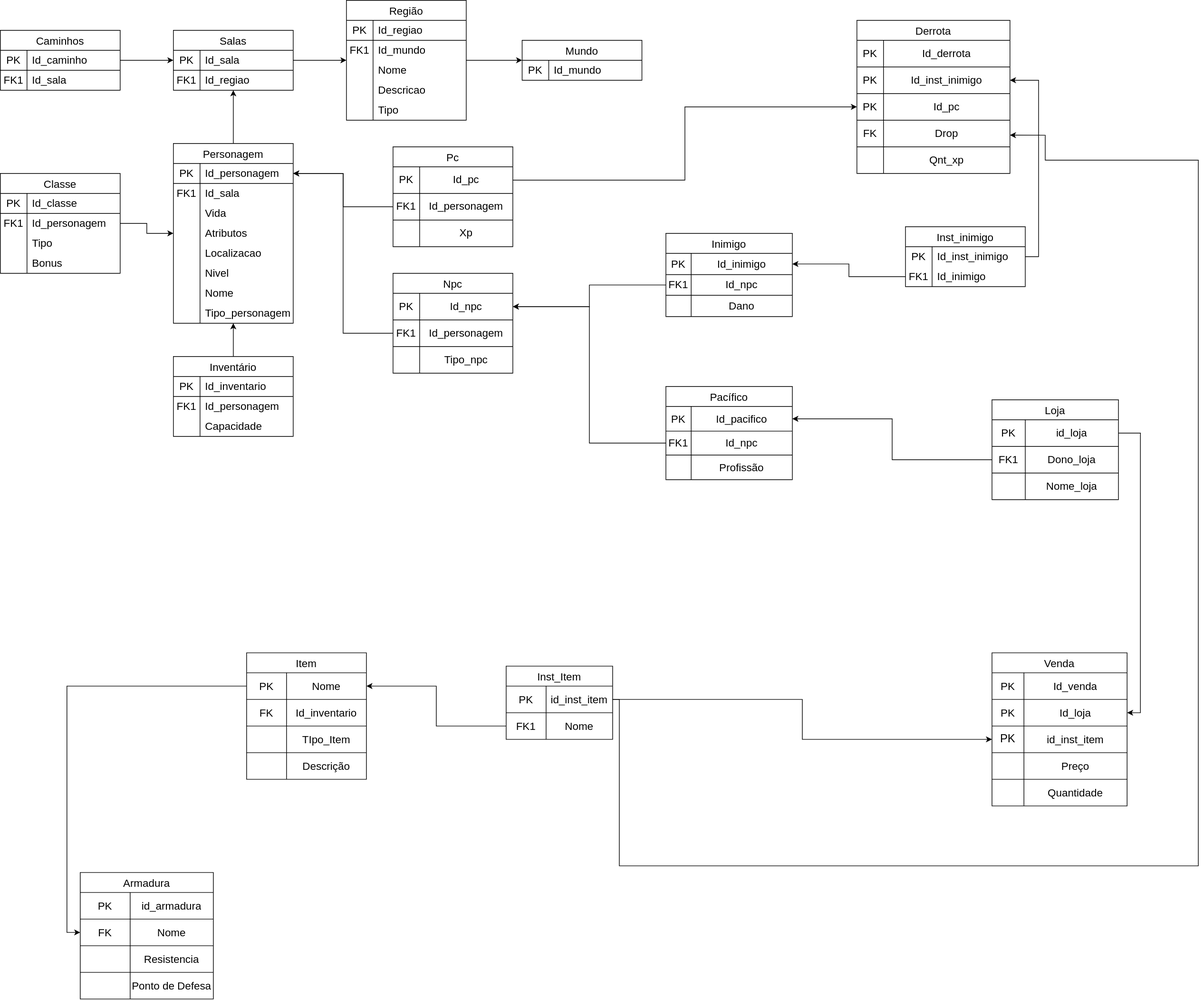
This is docs/modulo_01/MER.drawio.svg from SBD1/2024.2-D-D-classico, a draw.io export, as it was before one commit. Source tidied: cells renumbered, new cells last; positions are measured from the earlier drawing's top-left corner, leaving out a move shared by most shapes.
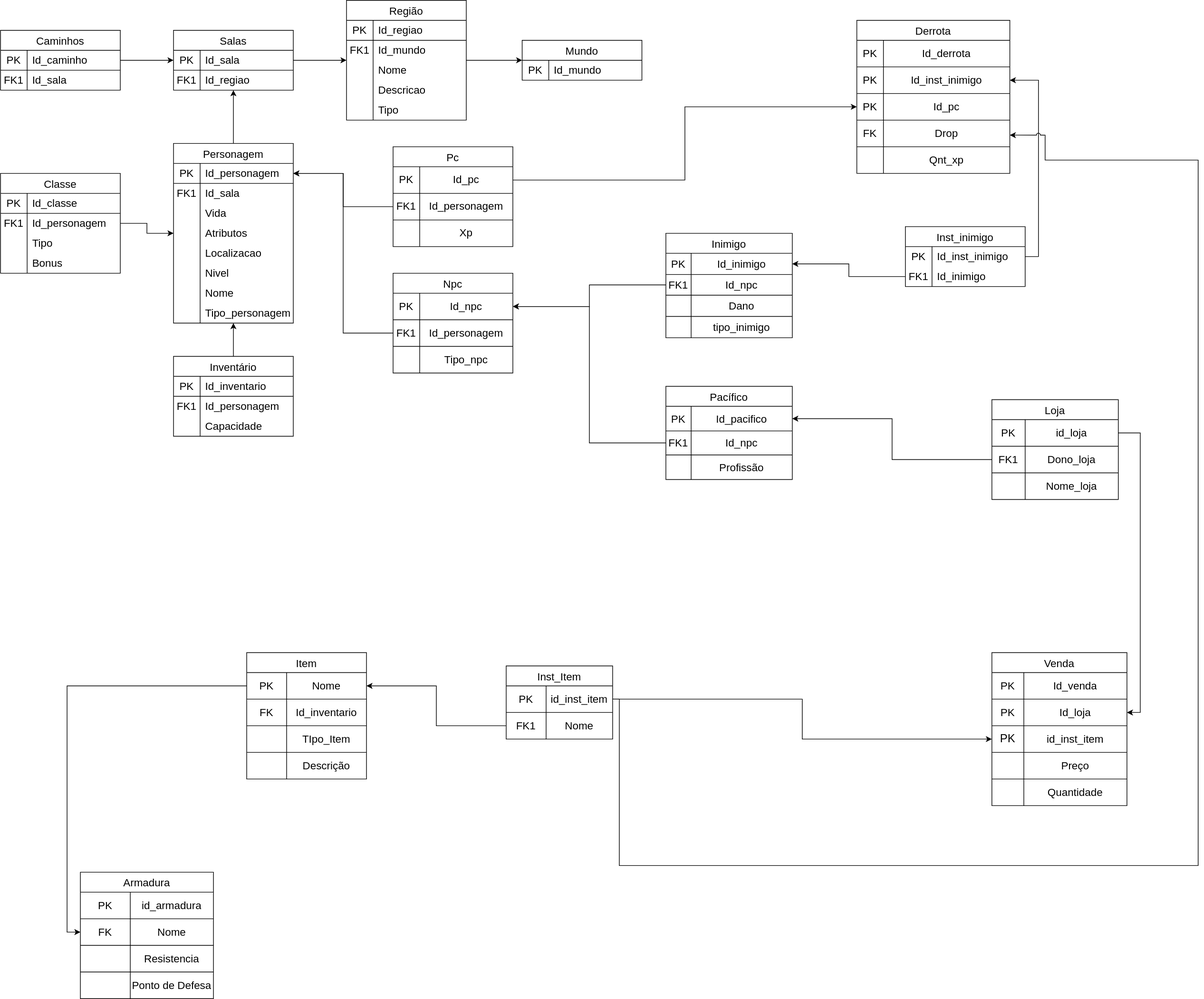
Later version of the same file.

What changed in the source:
```diff
@@ -402,7 +402,7 @@
       <mxGeometry x="38" width="152" height="37" as="geometry" />
     </mxCell>
     <mxCell id="135" value="Inimigo" style="shape=table;startSize=30;fontSize=16;" parent="1" vertex="1">
-      <mxGeometry x="1000" y="350" width="190" height="125" as="geometry" />
+      <mxGeometry x="1000" y="350" width="190" height="157" as="geometry" />
     </mxCell>
     <mxCell id="136" style="shape=tableRow;horizontal=0;startSize=0;swimlaneHead=0;swimlaneBody=0;strokeColor=inherit;top=0;left=0;bottom=0;right=0;fillColor=none;points=[[0,0.5],[1,0.5]];portConstraint=eastwest;" parent="135" vertex="1">
       <mxGeometry y="30" width="190" height="32" as="geometry" />
@@ -431,6 +431,15 @@
     <mxCell id="144" value="&lt;font style=&quot;font-size: 16px;&quot;&gt;Dano&lt;br&gt;&lt;/font&gt;" style="shape=partialRectangle;html=1;whiteSpace=wrap;strokeColor=inherit;overflow=hidden;fillColor=none;top=0;left=0;bottom=0;right=0;" parent="142" vertex="1">
       <mxGeometry x="38" width="152" height="32" as="geometry" />
     </mxCell>
+    <mxCell id="231" style="shape=tableRow;horizontal=0;startSize=0;swimlaneHead=0;swimlaneBody=0;strokeColor=inherit;top=0;left=0;bottom=0;right=0;fillColor=none;" parent="135" vertex="1">
+      <mxGeometry y="125" width="190" height="32" as="geometry" />
+    </mxCell>
+    <mxCell id="232" style="shape=partialRectangle;html=1;whiteSpace=wrap;strokeColor=inherit;overflow=hidden;fillColor=none;top=0;left=0;bottom=0;right=0;" parent="231" vertex="1">
+      <mxGeometry width="38" height="32" as="geometry" />
+    </mxCell>
+    <mxCell id="233" value="&lt;font style=&quot;font-size: 16px;&quot;&gt;tipo_inimigo&lt;br&gt;&lt;/font&gt;" style="shape=partialRectangle;html=1;whiteSpace=wrap;strokeColor=inherit;overflow=hidden;fillColor=none;top=0;left=0;bottom=0;right=0;" parent="231" vertex="1">
+      <mxGeometry x="38" width="152" height="32" as="geometry" />
+    </mxCell>
     <mxCell id="145" style="edgeStyle=orthogonalEdgeStyle;rounded=0;jettySize=auto;html=1;entryX=1;entryY=0.5;entryDx=0;entryDy=0;" parent="1" edge="1" source="139" target="115">
       <mxGeometry relative="1" as="geometry" />
     </mxCell>
@@ -602,7 +611,7 @@
     <mxCell id="201" style="edgeStyle=orthogonalEdgeStyle;rounded=0;jettySize=auto;html=1;exitX=1;exitY=0.5;exitDx=0;exitDy=0;" parent="1" edge="1" source="83" target="188">
       <mxGeometry relative="1" as="geometry" />
     </mxCell>
-    <mxCell id="202" style="edgeStyle=orthogonalEdgeStyle;rounded=0;jettySize=auto;html=1;entryX=1;entryY=0.75;entryDx=0;entryDy=0;" parent="1" edge="1" source="160" target="184">
+    <mxCell id="202" style="edgeStyle=orthogonalEdgeStyle;rounded=0;jettySize=auto;html=1;entryX=1;entryY=0.75;entryDx=0;entryDy=0;jumpStyle=arc;" parent="1" edge="1" source="160" target="184">
       <mxGeometry relative="1" as="geometry">
         <Array as="points">
           <mxPoint x="930" y="1050" />
```
